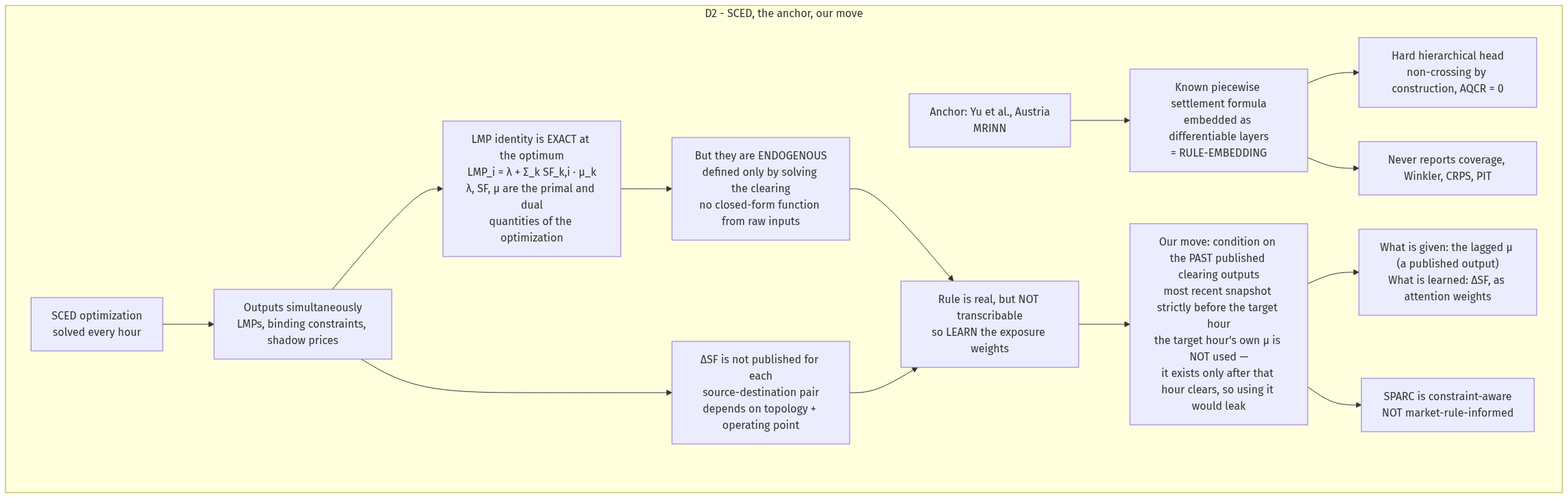
Earlier version of the Mermaid export docs/explanation/06-sparc-flow-03-G_D2.png (L1ZLe/ercot-casp-paper). Its source is kept beside it as docs/explanation/06-sparc-flow-03-G_D2.mmd.
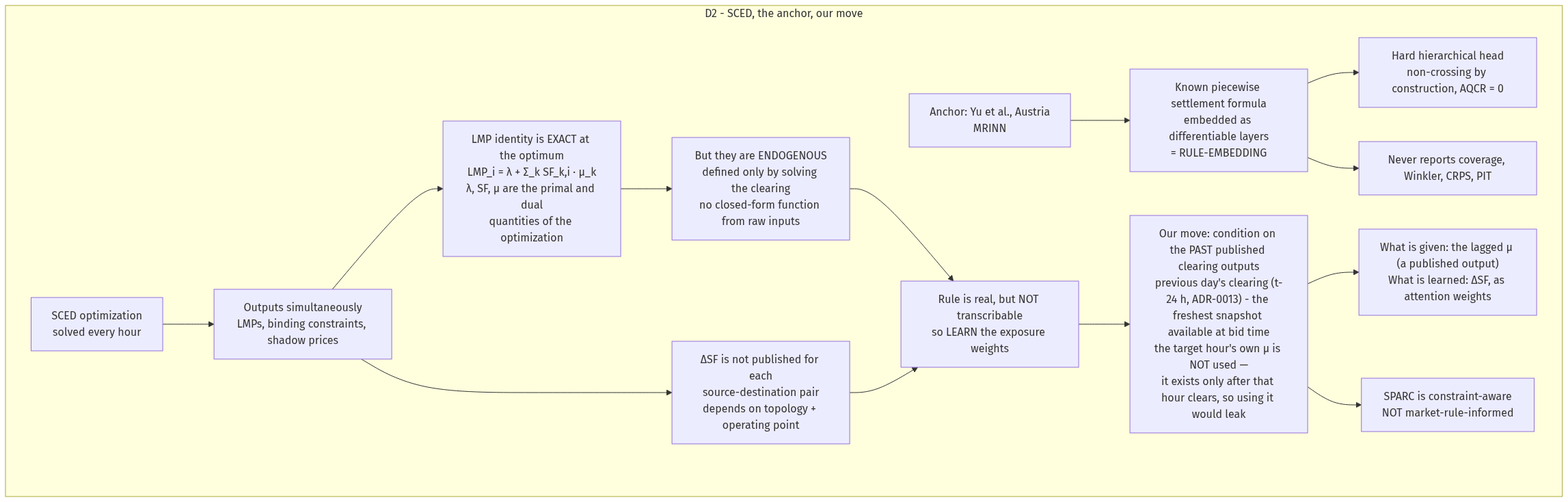
The same diagram one commit later.

Diff of the diagram source:
```diff
@@ -11,7 +11,7 @@
     RULE --> HARD["Hard hierarchical head<br/>non-crossing by construction, AQCR = 0"]
     RULE --> GAPS["Never reports coverage, Winkler, CRPS, PIT"]
 
-    MUST --> MOVE["Our move: condition on the PAST published clearing outputs<br/>most recent snapshot strictly before the target hour<br/>the target hour's own μ is NOT used —<br/>it exists only after that hour clears, so using it would leak"]
+    MUST --> MOVE["Our move: condition on the PAST published clearing outputs<br/>previous day's clearing (t-24 h, ADR-0013) - the freshest snapshot available at bid time<br/>the target hour's own μ is NOT used —<br/>it exists only after that hour clears, so using it would leak"]
     MOVE --> LEARN["What is given: the lagged μ (a published output)<br/>What is learned: ΔSF, as attention weights"]
     MOVE --> NOT["SPARC is constraint-aware<br/>NOT market-rule-informed"]
   end
```
